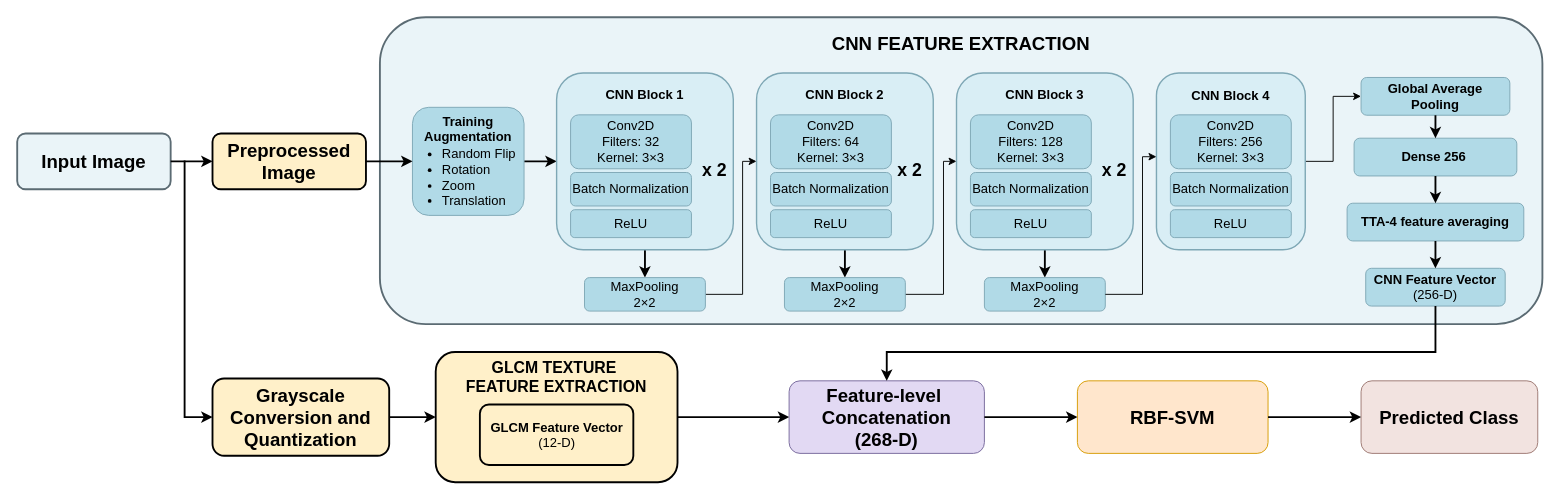
The draw.io diagram m8_archi.drawio in fac010150-cyber/draw_io, before the edit. Source tidied: cells renumbered, new cells numbered last; positions are measured from the earlier drawing's top-left corner, leaving out a move shared by most shapes. Both pictures are drawn from the tidied source at 93%, with x=0, y=0 at pixel (17, 17).
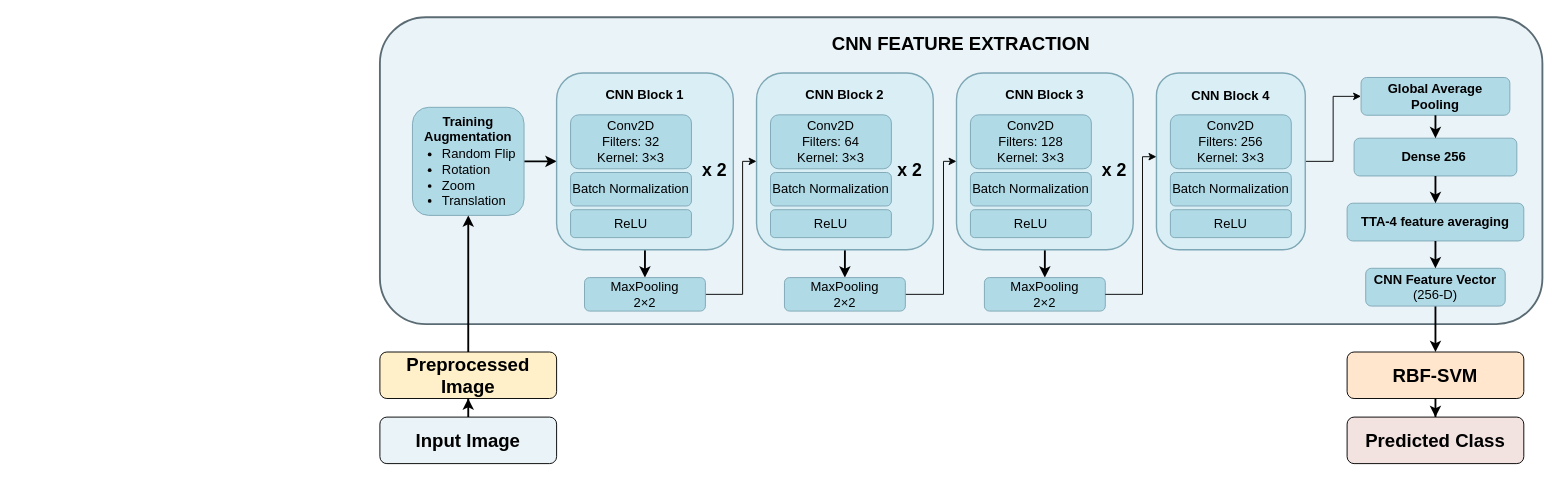
After the change.

Unchanged cells that the change refers to:
```xml
<mxCell id="7" style="rounded=1;whiteSpace=wrap;html=1;fillColor=#B1DAE7;strokeColor=#7EA7B5;fontSize=14;" parent="1" vertex="1">
  <mxGeometry x="425" y="96.9" width="120" height="116.2" as="geometry" />
</mxCell>
<mxCell id="11" value="&lt;b&gt;CNN Feature Vector&lt;/b&gt;&lt;br&gt;(256-D)" style="rounded=1;whiteSpace=wrap;html=1;fillColor=#B1DAE7;strokeColor=#7EA7B5;fontSize=14;" parent="1" vertex="1">
  <mxGeometry x="1450" y="270" width="150" height="40.6" as="geometry" />
</mxCell>
<mxCell id="59" value="&lt;ul&gt;&lt;li align=&quot;left&quot;&gt;Random&amp;nbsp;Flip&amp;nbsp;&lt;/li&gt;&lt;li align=&quot;left&quot;&gt;Rotation&amp;nbsp;&lt;/li&gt;&lt;li align=&quot;left&quot;&gt;Zoom&amp;nbsp;&lt;/li&gt;&lt;li align=&quot;left&quot;&gt;Translation&lt;/li&gt;&lt;/ul&gt;" style="text;html=1;whiteSpace=wrap;strokeColor=none;fillColor=none;align=left;verticalAlign=middle;rounded=0;fontSize=14;" parent="1" vertex="1">
  <mxGeometry x="415" y="130.1" width="120" height="83" as="geometry" />
</mxCell>
```

Change to the diagram source:
```diff
@@
-    <mxCell id="2" value="&lt;span&gt;Input Image&lt;/span&gt;" style="rounded=1;whiteSpace=wrap;html=1;fillColor=#EAF4F8;strokeColor=#5B6B73;strokeWidth=2;fontSize=20;fontStyle=1;" parent="1" vertex="1">
-      <mxGeometry y="125" width="165" height="60" as="geometry" />
-    </mxCell>
-    <mxCell id="3" value="&lt;div&gt;&lt;font&gt;&lt;span&gt;Preprocessed&lt;/span&gt;&lt;/font&gt;&lt;/div&gt;&lt;div&gt;&lt;font&gt;&lt;span&gt;Image&lt;/span&gt;&lt;/font&gt;&lt;/div&gt;" style="rounded=1;whiteSpace=wrap;html=1;fillColor=#FFF0C9;strokeColor=light-dark(#000000, #9d885e);strokeWidth=2;fontSize=20;fontStyle=1;" parent="1" vertex="1">
-      <mxGeometry x="210" y="125" width="165" height="60" as="geometry" />
-    </mxCell>
@@
+    <mxCell id="65" style="edgeStyle=orthogonalEdgeStyle;rounded=0;jettySize=auto;html=1;defaultLabelBackgroundColor=page;strokeWidth=2;" parent="1" edge="1" source="11" target="16">
+      <mxGeometry relative="1" as="geometry" />
+    </mxCell>
@@
-    <mxCell id="12" style="rounded=1;whiteSpace=wrap;html=1;fillColor=#FFF0C9;strokeColor=light-dark(#000000, #9d885e);strokeWidth=2;" parent="1" vertex="1">
-      <mxGeometry x="450" y="360" width="260" height="140" as="geometry" />
-    </mxCell>
-    <mxCell id="13" value="&lt;div&gt;&lt;b&gt;GLCM TEXTURE&amp;nbsp;&lt;/b&gt;&lt;/div&gt;&lt;div&gt;&lt;b&gt;FEATURE EXTRACTION&lt;/b&gt;&lt;/div&gt;" style="text;html=1;whiteSpace=wrap;strokeColor=none;fillColor=none;fontStyle=1;fontSize=17;align=center;" parent="1" vertex="1">
-      <mxGeometry x="470" y="361" width="220" height="30" as="geometry" />
-    </mxCell>
-    <mxCell id="14" value="&lt;b&gt;GLCM Feature Vector&lt;/b&gt;&lt;br&gt;(12-D)" style="rounded=1;whiteSpace=wrap;html=1;fillColor=#FFF0C9;strokeColor=light-dark(#000000, #9d885e);strokeWidth=2;fontSize=14;" parent="1" vertex="1">
-      <mxGeometry x="497.5" y="416.5" width="165" height="65" as="geometry" />
-    </mxCell>
-    <mxCell id="15" value="&lt;div&gt;&lt;b&gt;Feature-level&amp;nbsp;&lt;/b&gt;&lt;/div&gt;&lt;div&gt;&lt;b&gt;Concatenation&lt;/b&gt;&lt;/div&gt;(268-D)" style="rounded=1;whiteSpace=wrap;html=1;fillColor=#E2D9F3;strokeColor=#76689A;fontSize=20;fontStyle=1;" parent="1" vertex="1">
-      <mxGeometry x="830" y="391" width="210" height="78" as="geometry" />
-    </mxCell>
-    <mxCell id="16" value="&lt;b&gt;RBF-SVM&lt;/b&gt;" style="rounded=1;whiteSpace=wrap;html=1;fillColor=#ffe6cc;strokeColor=#d79b00;fontSize=20;fontStyle=1;" parent="1" vertex="1">
-      <mxGeometry x="1140" y="391" width="205" height="78" as="geometry" />
+    <mxCell id="16" value="&lt;b&gt;RBF-SVM&lt;/b&gt;" style="rounded=1;whiteSpace=wrap;html=1;fillColor=#ffe6cc;strokeColor=light-dark(#000000, #996500);fontSize=20;fontStyle=1;" parent="1" vertex="1">
+      <mxGeometry x="1430" y="360" width="190" height="50" as="geometry" />
     </mxCell>
-    <mxCell id="17" value="&lt;b&gt;Predicted Class&lt;/b&gt;" style="rounded=1;whiteSpace=wrap;html=1;fillColor=#F2E3E0;strokeColor=#9B7770;fontSize=20;fontStyle=1;" parent="1" vertex="1">
-      <mxGeometry x="1445" y="391" width="190" height="78" as="geometry" />
+    <mxCell id="17" value="&lt;b&gt;Predicted Class&lt;/b&gt;" style="rounded=1;whiteSpace=wrap;html=1;fillColor=#F2E3E0;strokeColor=light-dark(#000000, #9a7b75);fontSize=20;fontStyle=1;" parent="1" vertex="1">
+      <mxGeometry x="1430" y="430" width="190" height="50" as="geometry" />
     </mxCell>
-    <mxCell id="18" style="edgeStyle=orthogonalEdgeStyle;rounded=0;jettySize=auto;html=1;strokeWidth=2;endArrow=classic;" parent="1" edge="1" source="2" target="3">
-      <mxGeometry relative="1" as="geometry" />
-    </mxCell>
-    <mxCell id="19" style="edgeStyle=orthogonalEdgeStyle;rounded=0;jettySize=auto;html=1;strokeWidth=2;endArrow=classic;exitX=1;exitY=0.5;exitDx=0;exitDy=0;" parent="1" edge="1" source="3" target="7">
-      <mxGeometry x="0.43" relative="1" as="geometry" />
-    </mxCell>
@@
-    <mxCell id="23" style="edgeStyle=orthogonalEdgeStyle;rounded=0;jettySize=auto;html=1;strokeWidth=2;endArrow=classic;" parent="1" edge="1" source="11" target="15">
-      <mxGeometry x="0.49" relative="1" as="geometry">
-        <Array as="points">
-          <mxPoint x="1525" y="360" />
-          <mxPoint x="935" y="360" />
-        </Array>
-      </mxGeometry>
-    </mxCell>
-    <mxCell id="24" style="edgeStyle=orthogonalEdgeStyle;rounded=0;jettySize=auto;html=1;strokeWidth=2;endArrow=classic;exitX=1;exitY=0.5;exitDx=0;exitDy=0;" parent="1" edge="1" source="12" target="15">
-      <mxGeometry relative="1" as="geometry" />
-    </mxCell>
-    <mxCell id="25" style="edgeStyle=orthogonalEdgeStyle;rounded=0;jettySize=auto;html=1;strokeWidth=2;endArrow=classic;entryX=0;entryY=0.5;entryDx=0;entryDy=0;" parent="1" edge="1" source="15" target="16">
-      <mxGeometry relative="1" as="geometry" />
-    </mxCell>
@@
-    <mxCell id="62" style="edgeStyle=orthogonalEdgeStyle;rounded=0;jettySize=auto;html=1;strokeWidth=2;entryX=0;entryY=0.5;entryDx=0;entryDy=0;" parent="1" edge="1" source="63" target="12">
-      <mxGeometry relative="1" as="geometry" />
-    </mxCell>
-    <mxCell id="63" value="&lt;b&gt;Grayscale Conversion and Quantization&lt;/b&gt;" style="rounded=1;whiteSpace=wrap;html=1;fillColor=#FFF0C9;strokeColor=light-dark(#000000, #9d885e);strokeWidth=2;fontSize=20;" parent="1" vertex="1">
-      <mxGeometry x="210" y="388.5" width="190" height="83" as="geometry" />
-    </mxCell>
-    <mxCell id="64" style="edgeStyle=none;jettySize=auto;html=1;rounded=0;strokeWidth=2;entryX=0;entryY=0.5;entryDx=0;entryDy=0;" parent="1" edge="1" target="63">
-      <mxGeometry x="0.13" relative="1" as="geometry">
-        <mxPoint x="180" y="154" as="sourcePoint" />
-        <Array as="points">
-          <mxPoint x="180" y="430" />
-        </Array>
-      </mxGeometry>
-    </mxCell>
+    <mxCell id="66" style="edgeStyle=orthogonalEdgeStyle;rounded=0;jettySize=auto;html=1;defaultLabelBackgroundColor=page;strokeWidth=2;" parent="1" edge="1" source="3" target="59">
+      <mxGeometry relative="1" as="geometry">
+        <Array as="points">
+          <mxPoint x="485" y="220" />
+          <mxPoint x="485" y="220" />
+        </Array>
+      </mxGeometry>
+    </mxCell>
+    <mxCell id="3" value="&lt;b&gt;Preprocessed Image&lt;/b&gt;" style="rounded=1;whiteSpace=wrap;html=1;fillColor=#FFF0C9;strokeColor=light-dark(#000000, #9a7b75);fontSize=20;fontStyle=1;" parent="1" vertex="1">
+      <mxGeometry x="390" y="360" width="190" height="50" as="geometry" />
+    </mxCell>
+    <mxCell id="18" style="edgeStyle=orthogonalEdgeStyle;rounded=0;jettySize=auto;html=1;defaultLabelBackgroundColor=page;strokeWidth=2;" parent="1" edge="1" source="2" target="3">
+      <mxGeometry relative="1" as="geometry" />
+    </mxCell>
+    <mxCell id="2" value="&lt;b&gt;Input Image&lt;/b&gt;" style="rounded=1;whiteSpace=wrap;html=1;fillColor=#EAF4F8;strokeColor=light-dark(#000000, #9a7b75);fontSize=20;fontStyle=1;" parent="1" vertex="1">
+      <mxGeometry x="390" y="430" width="190" height="50" as="geometry" />
+    </mxCell>
```
